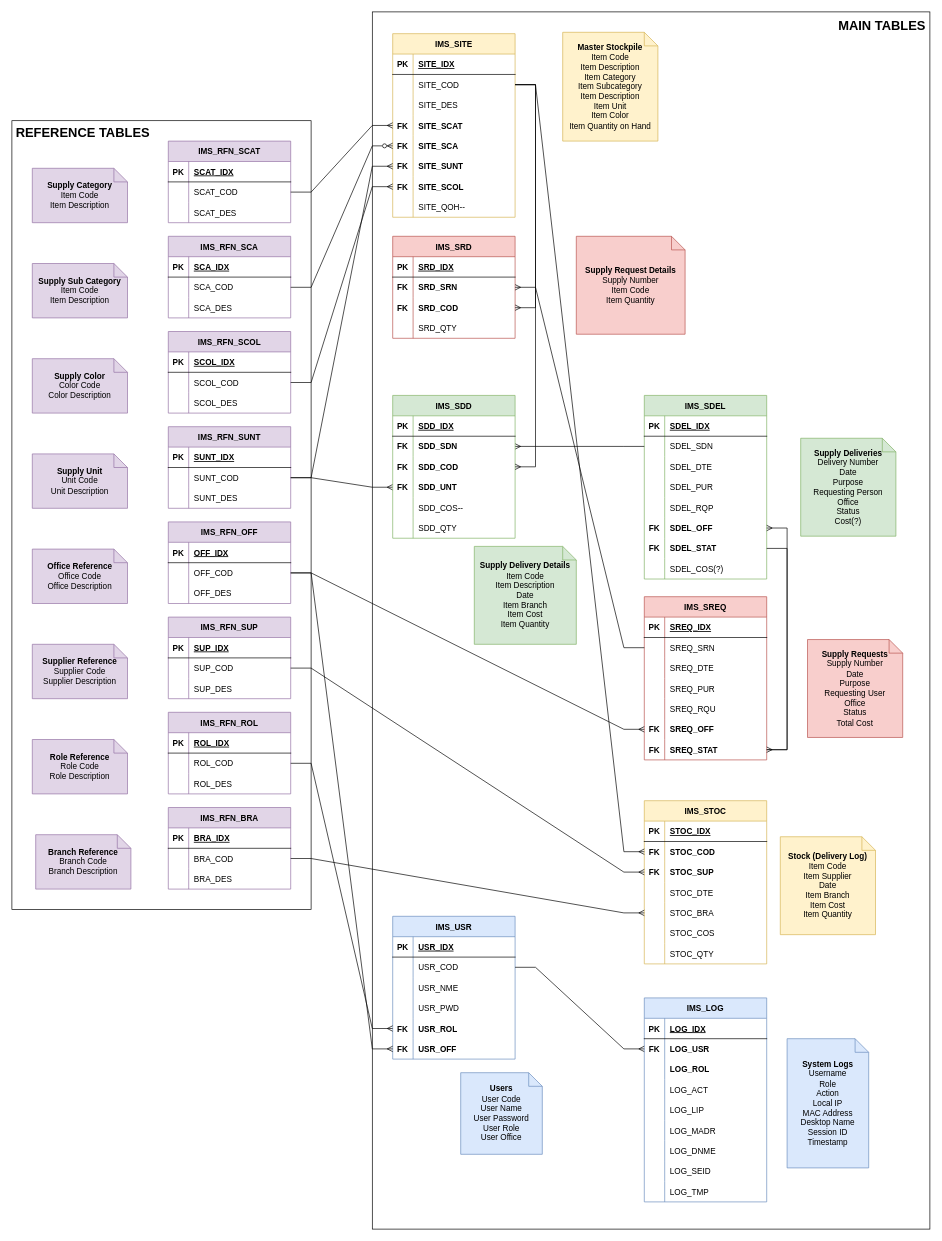
Before: docs/IMS Relational Diagram.drawio in nullblank/IMS, a draw.io diagram. Source tidied: cells renumbered, new cells numbered last; positions are measured from the earlier drawing's top-left corner, leaving out a move shared by most shapes. Both pictures are drawn from the tidied source at 68%, with x=0, y=0 at pixel (12, 12).
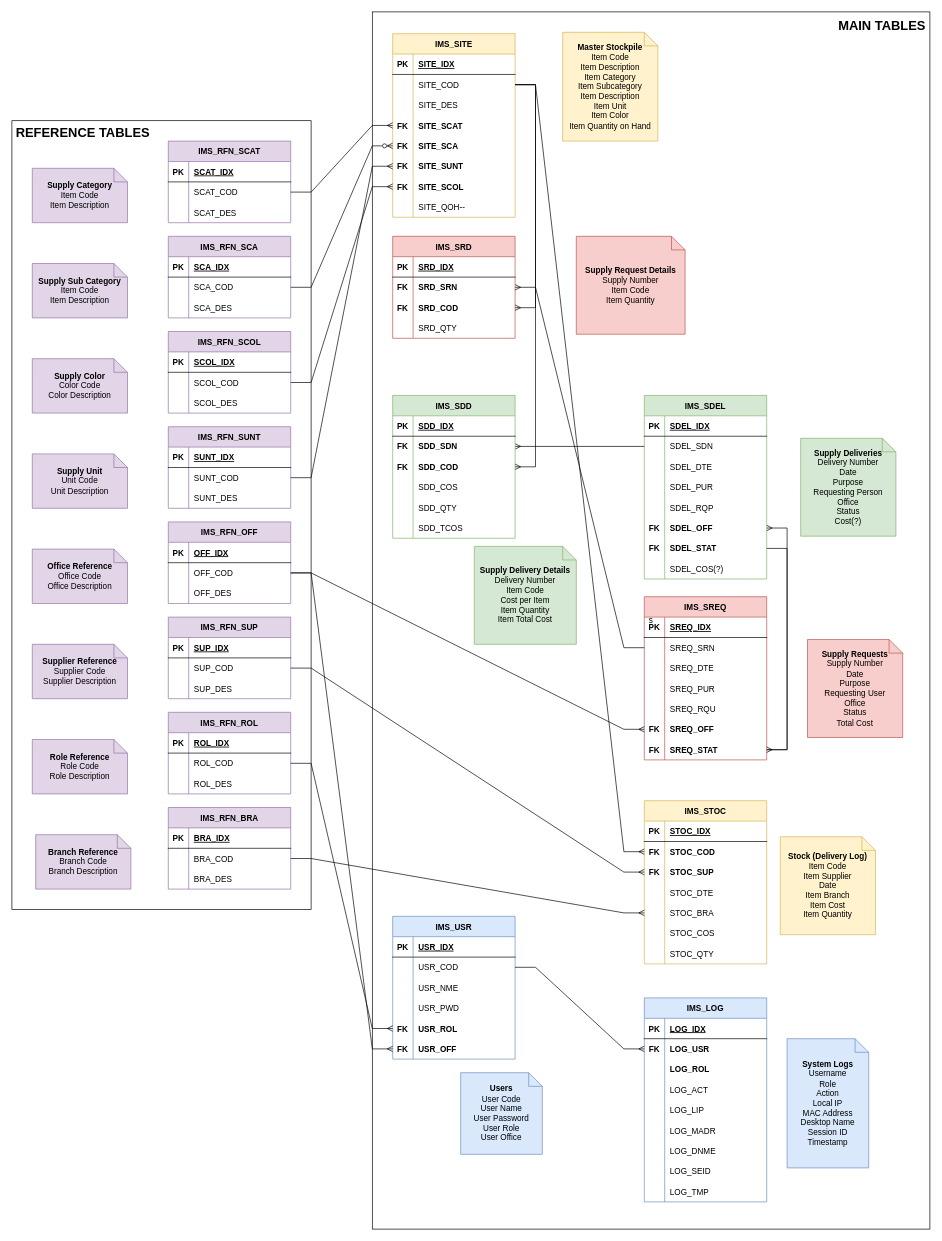
Above is the later version.

The change refers to these unchanged cells:
```xml
<mxCell id="28" style="shape=tableRow;horizontal=0;startSize=0;swimlaneHead=0;swimlaneBody=0;fillColor=none;points=[[0,0.5],[1,0.5]];portConstraint=eastwest;top=0;left=0;right=0;bottom=0;" parent="24" vertex="1">
  <mxGeometry y="60" width="180" height="30" as="geometry" />
</mxCell>
<mxCell id="230" style="shape=tableRow;horizontal=0;startSize=0;swimlaneHead=0;swimlaneBody=0;fillColor=none;points=[[0,0.5],[1,0.5]];portConstraint=eastwest;top=0;left=0;right=0;bottom=0;" parent="220" vertex="1">
  <mxGeometry y="120" width="180" height="30" as="geometry" />
</mxCell>
<mxCell id="233" style="shape=tableRow;horizontal=0;startSize=0;swimlaneHead=0;swimlaneBody=0;fillColor=none;top=0;left=0;right=0;bottom=0;" parent="220" vertex="1">
  <mxGeometry y="150" width="180" height="30" as="geometry" />
</mxCell>
<mxCell id="236" style="shape=tableRow;horizontal=0;startSize=0;swimlaneHead=0;swimlaneBody=0;fillColor=none;top=0;left=0;right=0;bottom=0;" parent="220" vertex="1">
  <mxGeometry y="180" width="180" height="30" as="geometry" />
</mxCell>
```

Diff of the diagram source:
```diff
@@
-    <mxCell id="2" style="rounded=0;whiteSpace=wrap;html=1;" parent="1" vertex="1">
+    <mxCell id="2" value="s" style="rounded=0;whiteSpace=wrap;html=1;" parent="1" vertex="1">
       <mxGeometry x="530" width="820" height="1790" as="geometry" />
     </mxCell>
@@
-    <mxCell id="216" style="edgeStyle=entityRelationEdgeStyle;rounded=0;jettySize=auto;html=1;exitX=1;exitY=0.5;exitDx=0;exitDy=0;entryX=0;entryY=0.5;entryDx=0;entryDy=0;endArrow=ERmany;endFill=0;" parent="1" edge="1" source="28" target="230">
-      <mxGeometry relative="1" as="geometry" />
-    </mxCell>
@@
-    <mxCell id="231" value="FK" style="shape=partialRectangle;fillColor=none;top=0;left=0;bottom=0;right=0;overflow=hidden;fontStyle=1;" parent="230" vertex="1">
-      <mxGeometry width="30" height="30" as="geometry" />
-    </mxCell>
-    <mxCell id="232" value="SDD_UNT" style="shape=partialRectangle;fillColor=none;top=0;left=0;bottom=0;right=0;align=left;spacingLeft=6;overflow=hidden;fontStyle=1;" parent="230" vertex="1">
-      <mxGeometry x="30" width="150" height="30" as="geometry" />
-    </mxCell>
+    <mxCell id="293" style="shape=partialRectangle;fillColor=none;top=0;left=0;bottom=0;right=0;overflow=hidden;fontStyle=1;" parent="230" vertex="1">
+      <mxGeometry width="30" height="30" as="geometry" />
+    </mxCell>
+    <mxCell id="294" value="SDD_COS" style="shape=partialRectangle;fillColor=none;top=0;left=0;bottom=0;right=0;align=left;spacingLeft=6;overflow=hidden;fontStyle=0;" parent="230" vertex="1">
+      <mxGeometry x="30" width="150" height="30" as="geometry" />
+    </mxCell>
@@
-    <mxCell id="235" value="SDD_COS--" style="shape=partialRectangle;fillColor=none;top=0;left=0;bottom=0;right=0;align=left;spacingLeft=6;overflow=hidden;fontStyle=0;" parent="233" vertex="1">
+    <mxCell id="235" value="SDD_QTY" style="shape=partialRectangle;fillColor=none;top=0;left=0;bottom=0;right=0;align=left;spacingLeft=6;overflow=hidden;fontStyle=0;" parent="233" vertex="1">
       <mxGeometry x="30" width="150" height="30" as="geometry" />
     </mxCell>
@@
-    <mxCell id="238" value="SDD_QTY" style="shape=partialRectangle;fillColor=none;top=0;left=0;bottom=0;right=0;align=left;spacingLeft=6;overflow=hidden;" parent="236" vertex="1">
+    <mxCell id="238" value="SDD_TCOS" style="shape=partialRectangle;fillColor=none;top=0;left=0;bottom=0;right=0;align=left;spacingLeft=6;overflow=hidden;" parent="236" vertex="1">
       <mxGeometry x="30" width="150" height="30" as="geometry" />
     </mxCell>
@@
-    <mxCell id="248" value="&lt;b&gt;Supply Delivery Details&lt;/b&gt;&lt;br&gt;Item Code&lt;br&gt;Item Description&lt;br&gt;Date&lt;br&gt;Item Branch&lt;br&gt;Item Cost&lt;br&gt;Item Quantity" style="shape=note;size=20;whiteSpace=wrap;html=1;fillColor=#d5e8d4;strokeColor=#82b366;" parent="1" vertex="1">
+    <mxCell id="248" value="&lt;b&gt;Supply Delivery Details&lt;/b&gt;&lt;br&gt;Delivery Number&lt;br&gt;Item Code&lt;br&gt;Cost per Item&lt;br&gt;Item Quantity&lt;br&gt;Item Total Cost" style="shape=note;size=20;whiteSpace=wrap;html=1;fillColor=#d5e8d4;strokeColor=#82b366;" parent="1" vertex="1">
       <mxGeometry x="680" y="786" width="150" height="144" as="geometry" />
     </mxCell>
```
